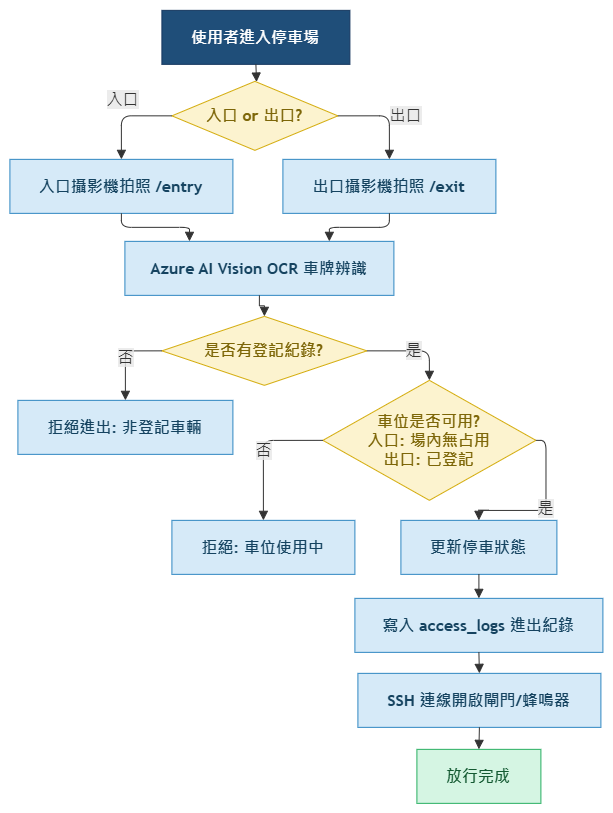
voicetech100/ParkingWeb keeps this draw.io diagram as 整體系統流程圖.png. Above is the earlier version. Source tidied: cells renumbered, new cells last; positions are measured from the earlier drawing's top-left corner, leaving out a move shared by most shapes.
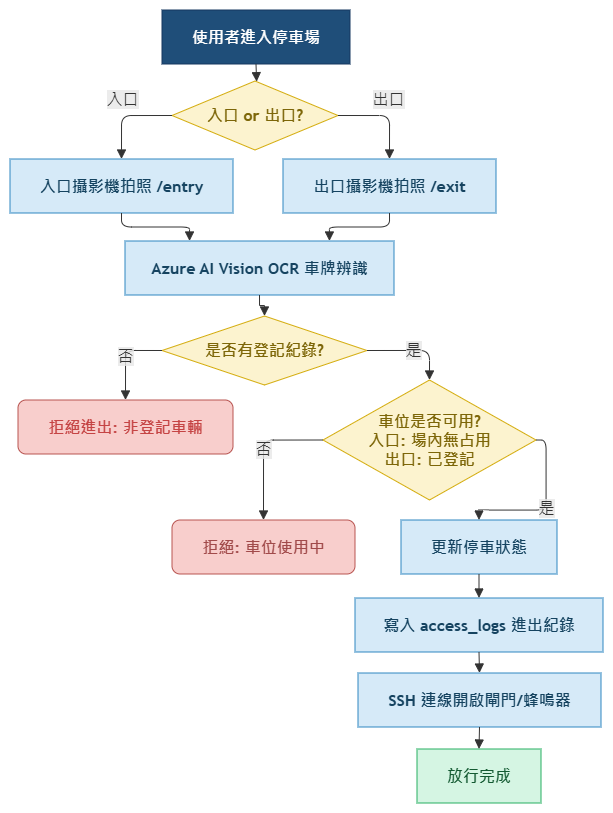
Above is the later version.

Change to the diagram source:
```diff
@@ -6,43 +6,43 @@
       <mxGeometry width="524" height="700" as="geometry" />
     </mxCell>
     <mxCell id="3" value="使用者進入停車場" style="html=1;whiteSpace=wrap;strokeWidth=1;fillColor=#1F4E79;strokeColor=#14365E;fontColor=#FFFFFF;fontFamily=Trebuchet MS,Verdana,Arial,sans-serif;fontSize=16;fontStyle=1;" parent="2" vertex="1">
-      <mxGeometry x="282" y="30" width="188" height="54" as="geometry" />
+      <mxGeometry x="182" y="30" width="188" height="54" as="geometry" />
     </mxCell>
     <mxCell id="4" value="入口 or 出口?" style="rhombus;html=1;strokeWidth=1;whiteSpace=wrap;fillColor=#FCF3CF;strokeColor=#D4AC0D;fontColor=#7D6608;fontFamily=Trebuchet MS,Verdana,Arial,sans-serif;fontSize=16;fontStyle=1;" parent="2" vertex="1">
-      <mxGeometry x="292" y="101" width="166" height="69" as="geometry" />
+      <mxGeometry x="192" y="101" width="166" height="69" as="geometry" />
     </mxCell>
     <mxCell id="5" value="入口攝影機拍照 /entry" style="html=1;whiteSpace=wrap;strokeWidth=1;fillColor=#D6EAF8;strokeColor=#2E86C1;fontColor=#154360;fontFamily=Trebuchet MS,Verdana,Arial,sans-serif;fontSize=16;fontStyle=1;" parent="2" vertex="1">
-      <mxGeometry x="130" y="179" width="223" height="54" as="geometry" />
+      <mxGeometry x="30" y="179" width="223" height="54" as="geometry" />
     </mxCell>
     <mxCell id="6" value="出口攝影機拍照 /exit" style="html=1;whiteSpace=wrap;strokeWidth=1;fillColor=#D6EAF8;strokeColor=#2E86C1;fontColor=#154360;fontFamily=Trebuchet MS,Verdana,Arial,sans-serif;fontSize=16;fontStyle=1;" parent="2" vertex="1">
-      <mxGeometry x="403" y="179" width="213" height="54" as="geometry" />
+      <mxGeometry x="303" y="179" width="213" height="54" as="geometry" />
     </mxCell>
     <mxCell id="7" value="Azure AI Vision OCR 車牌辨識" style="html=1;whiteSpace=wrap;strokeWidth=1;fillColor=#D6EAF8;strokeColor=#2E86C1;fontColor=#154360;fontFamily=Trebuchet MS,Verdana,Arial,sans-serif;fontSize=16;fontStyle=1;" parent="2" vertex="1">
-      <mxGeometry x="245" y="261" width="269" height="54" as="geometry" />
+      <mxGeometry x="145" y="261" width="269" height="54" as="geometry" />
     </mxCell>
     <mxCell id="8" value="是否有登記紀錄?" style="rhombus;html=1;strokeWidth=1;whiteSpace=wrap;fillColor=#FCF3CF;strokeColor=#D4AC0D;fontColor=#7D6608;fontFamily=Trebuchet MS,Verdana,Arial,sans-serif;fontSize=16;fontStyle=1;" parent="2" vertex="1">
-      <mxGeometry x="282" y="336" width="205" height="69" as="geometry" />
+      <mxGeometry x="182" y="336" width="205" height="69" as="geometry" />
     </mxCell>
-    <mxCell id="9" value="拒絕進出: 非登記車輛" style="html=1;whiteSpace=wrap;strokeWidth=1;fillColor=#D6EAF8;strokeColor=#2E86C1;fontColor=#154360;fontFamily=Trebuchet MS,Verdana,Arial,sans-serif;fontSize=16;fontStyle=1;" parent="2" vertex="1">
-      <mxGeometry x="138" y="420" width="215" height="54" as="geometry" />
+    <mxCell id="9" value="拒絕進出: 非登記車輛" style="html=1;whiteSpace=wrap;strokeWidth=1;fillColor=#f8cecc;strokeColor=#b85450;fontFamily=Trebuchet MS,Verdana,Arial,sans-serif;fontSize=16;fontStyle=1;fontColor=light-dark(#c54444, #ededed);gradientColor=none;perimeterSpacing=0;rounded=1;" parent="2" vertex="1">
+      <mxGeometry x="38" y="420" width="215" height="54" as="geometry" />
     </mxCell>
     <mxCell id="10" value="車位是否可用?&#10;入口: 場內無占用&#10;出口: 已登記" style="rhombus;html=1;strokeWidth=1;whiteSpace=wrap;fillColor=#FCF3CF;strokeColor=#D4AC0D;fontColor=#7D6608;fontFamily=Trebuchet MS,Verdana,Arial,sans-serif;fontSize=16;fontStyle=1;" parent="2" vertex="1">
-      <mxGeometry x="443" y="400" width="213" height="120" as="geometry" />
+      <mxGeometry x="343" y="400" width="213" height="120" as="geometry" />
     </mxCell>
-    <mxCell id="11" value="拒絕: 車位使用中" style="html=1;whiteSpace=wrap;strokeWidth=1;fillColor=#D6EAF8;strokeColor=#2E86C1;fontColor=#154360;fontFamily=Trebuchet MS,Verdana,Arial,sans-serif;fontSize=16;fontStyle=1;" parent="2" vertex="1">
-      <mxGeometry x="292" y="540" width="183" height="54" as="geometry" />
+    <mxCell id="11" value="拒絕: 車位使用中" style="html=1;whiteSpace=wrap;strokeWidth=1;fillColor=#f8cecc;strokeColor=#b85450;fontFamily=Trebuchet MS,Verdana,Arial,sans-serif;fontSize=16;fontStyle=1;fontColor=light-dark(#a14a4a, #ededed);rounded=1;" parent="2" vertex="1">
+      <mxGeometry x="192" y="540" width="183" height="54" as="geometry" />
     </mxCell>
     <mxCell id="12" value="更新停車狀態" style="html=1;whiteSpace=wrap;strokeWidth=1;fillColor=#D6EAF8;strokeColor=#2E86C1;fontColor=#154360;fontFamily=Trebuchet MS,Verdana,Arial,sans-serif;fontSize=16;fontStyle=1;" parent="2" vertex="1">
-      <mxGeometry x="521" y="540" width="156" height="54" as="geometry" />
+      <mxGeometry x="421" y="540" width="156" height="54" as="geometry" />
     </mxCell>
     <mxCell id="13" value="寫入 access_logs 進出紀錄" style="html=1;whiteSpace=wrap;strokeWidth=1;fillColor=#D6EAF8;strokeColor=#2E86C1;fontColor=#154360;fontFamily=Trebuchet MS,Verdana,Arial,sans-serif;fontSize=16;fontStyle=1;" parent="2" vertex="1">
-      <mxGeometry x="475" y="618" width="248" height="54" as="geometry" />
+      <mxGeometry x="375" y="618" width="248" height="54" as="geometry" />
     </mxCell>
     <mxCell id="14" value="SSH 連線開啟閘門/蜂鳴器" style="html=1;whiteSpace=wrap;strokeWidth=1;fillColor=#D6EAF8;strokeColor=#2E86C1;fontColor=#154360;fontFamily=Trebuchet MS,Verdana,Arial,sans-serif;fontSize=16;fontStyle=1;" parent="2" vertex="1">
-      <mxGeometry x="478" y="693" width="243" height="54" as="geometry" />
+      <mxGeometry x="378" y="693" width="243" height="54" as="geometry" />
     </mxCell>
     <mxCell id="15" value="放行完成" style="html=1;whiteSpace=wrap;strokeWidth=1;fillColor=#D5F5E3;strokeColor=#27AE60;fontColor=#145A32;fontFamily=Trebuchet MS,Verdana,Arial,sans-serif;fontSize=16;fontStyle=1;" parent="2" vertex="1">
-      <mxGeometry x="537" y="769" width="124" height="54" as="geometry" />
+      <mxGeometry x="437" y="769" width="124" height="54" as="geometry" />
     </mxCell>
     <mxCell id="16" style="curved=1;startArrow=none;endArrow=block;endSize=7;strokeColor=light-dark(#333333,#cccccc);exitX=0.5;exitY=1;entryX=0.51;entryY=0;rounded=0;" parent="2" edge="1" source="3" target="4">
       <mxGeometry relative="1" as="geometry" />
```
